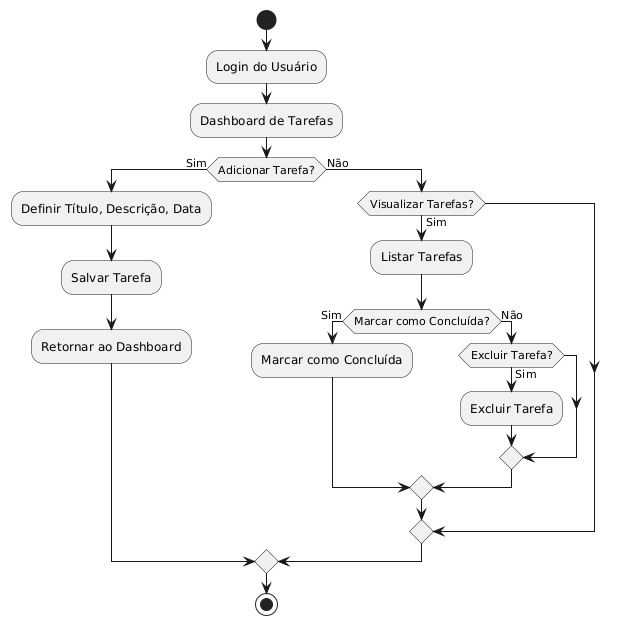
MateusOliveiraT25/ProjetosNodeJs keeps this PlantUML diagram as ProjetoToDoListAF/docs/diagrams/diagrama_de_fluxo.png. Above is the earlier version. Its diagram source:
```plantuml
@startuml
start
:Login do Usuário;
:Dashboard de Tarefas;
if (Adicionar Tarefa?) then (Sim)
    :Definir Título, Descrição, Data;
    :Salvar Tarefa;
    :Retornar ao Dashboard;
else (Não)
    if (Visualizar Tarefas?) then (Sim)
        :Listar Tarefas;
        if (Marcar como Concluída?) then (Sim)
            :Marcar como Concluída;
        else (Não)
            if (Excluir Tarefa?) then (Sim)
                :Excluir Tarefa;
            endif
        endif
    endif
endif
stop
@enduml
```
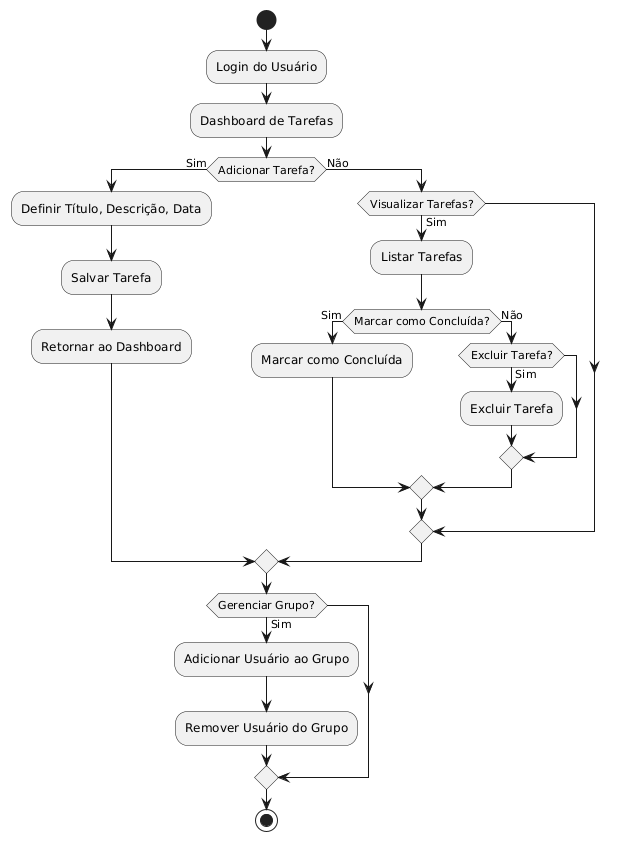
After the commit.

Diff of the diagram source:
```diff
@@ -2,6 +2,7 @@
 start
 :Login do Usuário;
 :Dashboard de Tarefas;
+
 if (Adicionar Tarefa?) then (Sim)
     :Definir Título, Descrição, Data;
     :Salvar Tarefa;
@@ -18,5 +19,11 @@
         endif
     endif
 endif
+
+if (Gerenciar Grupo?) then (Sim)
+    :Adicionar Usuário ao Grupo;
+    :Remover Usuário do Grupo;
+endif
+
 stop
 @enduml
```
